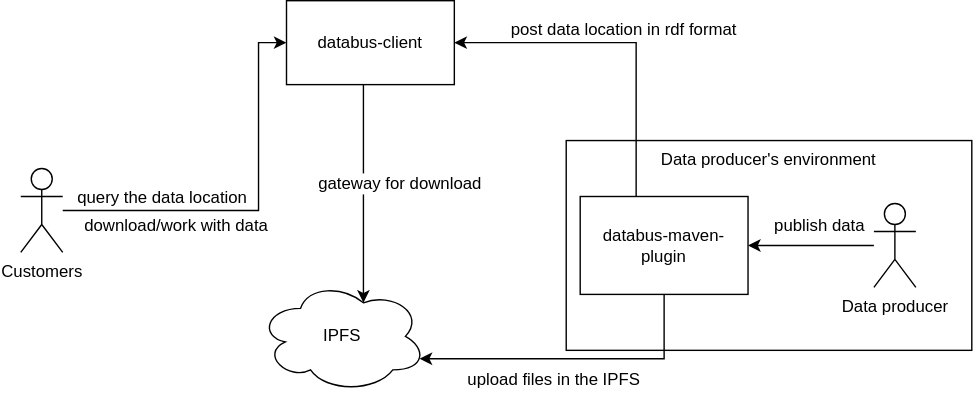
manonthegithub/GSoC-2020 keeps this draw.io diagram as dbpedia/new2.svg. Above is the earlier version. Source tidied: cells renumbered, new cells last; positions are measured from the earlier drawing's top-left corner, leaving out a move shared by most shapes. The source it was exported from:
```xml
<mxGraphModel>
  <root>
    <mxCell id="0" />
    <mxCell id="1" parent="0" />
    <mxCell id="2" style="edgeStyle=orthogonalEdgeStyle;rounded=0;jettySize=auto;html=1;entryX=0;entryY=0.5;entryDx=0;entryDy=0;" parent="1" edge="1" source="5" target="9">
      <mxGeometry relative="1" as="geometry">
        <Array as="points">
          <mxPoint x="170" y="150" />
          <mxPoint x="170" y="30" />
        </Array>
      </mxGeometry>
    </mxCell>
    <mxCell id="3" value="query the data location" style="text;html=1;align=center;verticalAlign=middle;labelBackgroundColor=#ffffff;" parent="2" vertex="1">
      <mxGeometry x="-0.22" relative="1" as="geometry">
        <mxPoint x="-40" y="-10" as="offset" />
      </mxGeometry>
    </mxCell>
    <mxCell id="4" value="download/work with data" style="text;html=1;align=center;verticalAlign=middle;labelBackgroundColor=#ffffff;" parent="2" vertex="1">
      <mxGeometry x="0.15" relative="1" as="geometry">
        <mxPoint x="-60" y="32" as="offset" />
      </mxGeometry>
    </mxCell>
    <mxCell id="5" value="Customers" style="shape=umlActor;verticalLabelPosition=bottom;labelBackgroundColor=#ffffff;verticalAlign=top;html=1;outlineConnect=0;" parent="1" vertex="1">
      <mxGeometry y="120" width="30" height="60" as="geometry" />
    </mxCell>
    <mxCell id="6" value="IPFS" style="ellipse;shape=cloud;whiteSpace=wrap;html=1;" parent="1" vertex="1">
      <mxGeometry x="170" y="200" width="120" height="80" as="geometry" />
    </mxCell>
    <mxCell id="7" style="edgeStyle=orthogonalEdgeStyle;rounded=0;jettySize=auto;html=1;entryX=0.625;entryY=0.2;entryDx=0;entryDy=0;entryPerimeter=0;" parent="1" edge="1" source="9" target="6">
      <mxGeometry relative="1" as="geometry">
        <Array as="points">
          <mxPoint x="245" y="90" />
          <mxPoint x="245" y="90" />
        </Array>
      </mxGeometry>
    </mxCell>
    <mxCell id="8" value="gateway for download" style="text;html=1;align=center;verticalAlign=middle;labelBackgroundColor=#ffffff;" parent="7" vertex="1">
      <mxGeometry x="-0.1" y="-1" relative="1" as="geometry">
        <mxPoint x="26" as="offset" />
      </mxGeometry>
    </mxCell>
    <mxCell id="9" value="databus-client" style="rounded=0;whiteSpace=wrap;html=1;" parent="1" vertex="1">
      <mxGeometry x="190" width="120" height="60" as="geometry" />
    </mxCell>
    <mxCell id="10" value="Data producer's environment" style="rounded=0;whiteSpace=wrap;html=1;verticalAlign=top;" parent="1" vertex="1">
      <mxGeometry x="390" y="100" width="290" height="150" as="geometry" />
    </mxCell>
    <mxCell id="11" style="edgeStyle=orthogonalEdgeStyle;rounded=0;jettySize=auto;html=1;entryX=1;entryY=0.5;entryDx=0;entryDy=0;" parent="1" edge="1" source="13" target="18">
      <mxGeometry relative="1" as="geometry" />
    </mxCell>
    <mxCell id="12" value="publish data" style="text;html=1;align=center;verticalAlign=middle;labelBackgroundColor=#ffffff;" parent="11" vertex="1">
      <mxGeometry x="0.07" y="3" relative="1" as="geometry">
        <mxPoint x="8" y="-18" as="offset" />
      </mxGeometry>
    </mxCell>
    <mxCell id="13" value="Data producer" style="shape=umlActor;verticalLabelPosition=bottom;labelBackgroundColor=#ffffff;verticalAlign=top;html=1;outlineConnect=0;" parent="1" vertex="1">
      <mxGeometry x="610" y="145" width="30" height="60" as="geometry" />
    </mxCell>
    <mxCell id="14" style="edgeStyle=orthogonalEdgeStyle;rounded=0;jettySize=auto;html=1;entryX=0.96;entryY=0.7;entryDx=0;entryDy=0;entryPerimeter=0;" parent="1" edge="1" source="18" target="6">
      <mxGeometry relative="1" as="geometry">
        <Array as="points">
          <mxPoint x="460" y="256" />
        </Array>
      </mxGeometry>
    </mxCell>
    <mxCell id="15" value="upload files in the IPFS" style="text;html=1;align=center;verticalAlign=middle;labelBackgroundColor=#ffffff;" parent="14" vertex="1">
      <mxGeometry x="0.4" y="-2" relative="1" as="geometry">
        <mxPoint x="29" y="16" as="offset" />
      </mxGeometry>
    </mxCell>
    <mxCell id="16" style="edgeStyle=orthogonalEdgeStyle;rounded=0;jettySize=auto;html=1;entryX=1;entryY=0.5;entryDx=0;entryDy=0;" parent="1" edge="1" source="18" target="9">
      <mxGeometry relative="1" as="geometry">
        <Array as="points">
          <mxPoint x="440" y="30" />
        </Array>
      </mxGeometry>
    </mxCell>
    <mxCell id="17" value="post&amp;nbsp;data location in rdf format" style="text;html=1;align=center;verticalAlign=middle;points=[];labelBackgroundColor=#ffffff;" parent="16" vertex="1">
      <mxGeometry x="-0.12" y="-46" relative="1" as="geometry">
        <mxPoint x="-56" y="-14" as="offset" />
      </mxGeometry>
    </mxCell>
    <mxCell id="18" value="databus-maven-plugin" style="rounded=0;whiteSpace=wrap;html=1;" parent="1" vertex="1">
      <mxGeometry x="400" y="140" width="120" height="70" as="geometry" />
    </mxCell>
  </root>
</mxGraphModel>
```
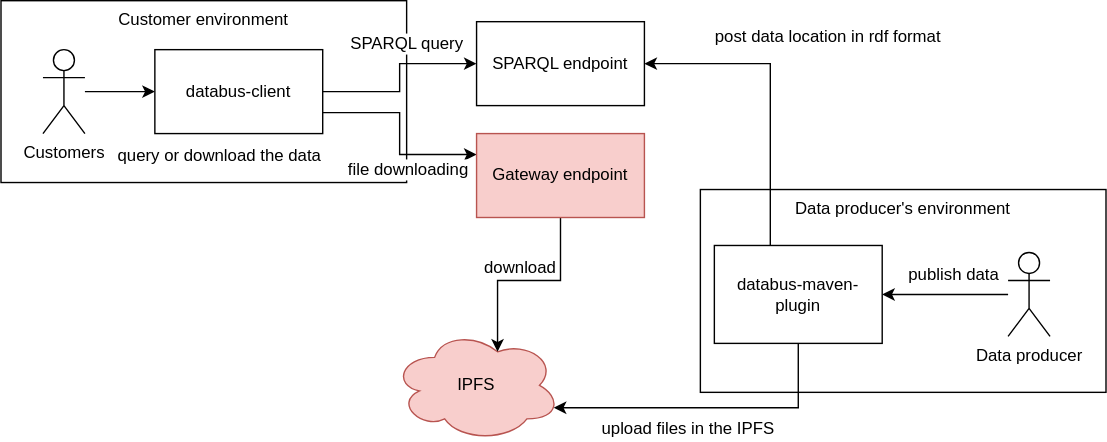
The same file after the commit.

Change to the diagram source:
```diff
@@ -2,86 +2,101 @@
   <root>
     <mxCell id="0" />
     <mxCell id="1" parent="0" />
-    <mxCell id="2" style="edgeStyle=orthogonalEdgeStyle;rounded=0;jettySize=auto;html=1;entryX=0;entryY=0.5;entryDx=0;entryDy=0;" parent="1" edge="1" source="5" target="9">
-      <mxGeometry relative="1" as="geometry">
-        <Array as="points">
-          <mxPoint x="170" y="150" />
-          <mxPoint x="170" y="30" />
-        </Array>
-      </mxGeometry>
+    <mxCell id="2" value="Customer environment" style="rounded=0;whiteSpace=wrap;html=1;verticalAlign=top;" parent="1" vertex="1">
+      <mxGeometry x="-90" y="30" width="290" height="130" as="geometry" />
     </mxCell>
-    <mxCell id="3" value="query the data location" style="text;html=1;align=center;verticalAlign=middle;labelBackgroundColor=#ffffff;" parent="2" vertex="1">
-      <mxGeometry x="-0.22" relative="1" as="geometry">
-        <mxPoint x="-40" y="-10" as="offset" />
-      </mxGeometry>
+    <mxCell id="3" style="edgeStyle=orthogonalEdgeStyle;rounded=0;jettySize=auto;html=1;entryX=0;entryY=0.5;entryDx=0;entryDy=0;" parent="1" edge="1" source="5" target="13">
+      <mxGeometry relative="1" as="geometry" />
     </mxCell>
-    <mxCell id="4" value="download/work with data" style="text;html=1;align=center;verticalAlign=middle;labelBackgroundColor=#ffffff;" parent="2" vertex="1">
-      <mxGeometry x="0.15" relative="1" as="geometry">
-        <mxPoint x="-60" y="32" as="offset" />
+    <mxCell id="4" value="query or download the data" style="text;html=1;align=center;verticalAlign=middle;labelBackgroundColor=#ffffff;" parent="3" vertex="1">
+      <mxGeometry x="-0.22" relative="1" as="geometry">
+        <mxPoint x="75" y="45" as="offset" />
       </mxGeometry>
     </mxCell>
     <mxCell id="5" value="Customers" style="shape=umlActor;verticalLabelPosition=bottom;labelBackgroundColor=#ffffff;verticalAlign=top;html=1;outlineConnect=0;" parent="1" vertex="1">
-      <mxGeometry y="120" width="30" height="60" as="geometry" />
+      <mxGeometry x="-60" y="65" width="30" height="60" as="geometry" />
     </mxCell>
-    <mxCell id="6" value="IPFS" style="ellipse;shape=cloud;whiteSpace=wrap;html=1;" parent="1" vertex="1">
-      <mxGeometry x="170" y="200" width="120" height="80" as="geometry" />
+    <mxCell id="6" value="IPFS" style="ellipse;shape=cloud;whiteSpace=wrap;html=1;fillColor=#f8cecc;strokeColor=#b85450;" parent="1" vertex="1">
+      <mxGeometry x="190" y="265" width="120" height="80" as="geometry" />
     </mxCell>
-    <mxCell id="7" style="edgeStyle=orthogonalEdgeStyle;rounded=0;jettySize=auto;html=1;entryX=0.625;entryY=0.2;entryDx=0;entryDy=0;entryPerimeter=0;" parent="1" edge="1" source="9" target="6">
+    <mxCell id="7" style="edgeStyle=orthogonalEdgeStyle;rounded=0;jettySize=auto;html=1;entryX=0.625;entryY=0.2;entryDx=0;entryDy=0;entryPerimeter=0;exitX=0.5;exitY=1;exitDx=0;exitDy=0;" parent="1" edge="1" source="24" target="6">
       <mxGeometry relative="1" as="geometry">
         <Array as="points">
-          <mxPoint x="245" y="90" />
-          <mxPoint x="245" y="90" />
+          <mxPoint x="310" y="230" />
+          <mxPoint x="265" y="230" />
         </Array>
       </mxGeometry>
     </mxCell>
-    <mxCell id="8" value="gateway for download" style="text;html=1;align=center;verticalAlign=middle;labelBackgroundColor=#ffffff;" parent="7" vertex="1">
-      <mxGeometry x="-0.1" y="-1" relative="1" as="geometry">
-        <mxPoint x="26" as="offset" />
+    <mxCell id="8" value="download&lt;br&gt;" style="text;html=1;align=center;verticalAlign=middle;labelBackgroundColor=#ffffff;" parent="7" vertex="1">
+      <mxGeometry x="0.12" relative="1" as="geometry">
+        <mxPoint x="4" y="-10" as="offset" />
       </mxGeometry>
     </mxCell>
-    <mxCell id="9" value="databus-client" style="rounded=0;whiteSpace=wrap;html=1;" parent="1" vertex="1">
-      <mxGeometry x="190" width="120" height="60" as="geometry" />
+    <mxCell id="9" style="edgeStyle=orthogonalEdgeStyle;rounded=0;jettySize=auto;html=1;exitX=1;exitY=0.5;exitDx=0;exitDy=0;entryX=0;entryY=0.5;entryDx=0;entryDy=0;" parent="1" edge="1" source="13" target="23">
+      <mxGeometry relative="1" as="geometry" />
     </mxCell>
-    <mxCell id="10" value="Data producer's environment" style="rounded=0;whiteSpace=wrap;html=1;verticalAlign=top;" parent="1" vertex="1">
-      <mxGeometry x="390" y="100" width="290" height="150" as="geometry" />
+    <mxCell id="10" value="SPARQL query" style="text;html=1;align=center;verticalAlign=middle;labelBackgroundColor=#ffffff;" parent="9" vertex="1">
+      <mxGeometry x="0.44" relative="1" as="geometry">
+        <mxPoint x="-15" y="-15" as="offset" />
+      </mxGeometry>
     </mxCell>
-    <mxCell id="11" style="edgeStyle=orthogonalEdgeStyle;rounded=0;jettySize=auto;html=1;entryX=1;entryY=0.5;entryDx=0;entryDy=0;" parent="1" edge="1" source="13" target="18">
+    <mxCell id="11" style="edgeStyle=orthogonalEdgeStyle;rounded=0;jettySize=auto;html=1;exitX=1;exitY=0.75;exitDx=0;exitDy=0;entryX=0;entryY=0.25;entryDx=0;entryDy=0;" parent="1" edge="1" source="13" target="24">
       <mxGeometry relative="1" as="geometry" />
     </mxCell>
-    <mxCell id="12" value="publish data" style="text;html=1;align=center;verticalAlign=middle;labelBackgroundColor=#ffffff;" parent="11" vertex="1">
-      <mxGeometry x="0.07" y="3" relative="1" as="geometry">
-        <mxPoint x="8" y="-18" as="offset" />
+    <mxCell id="12" value="file downloading" style="text;html=1;align=center;verticalAlign=middle;labelBackgroundColor=#ffffff;" parent="11" vertex="1">
+      <mxGeometry x="0.41" y="1" relative="1" as="geometry">
+        <mxPoint x="-9" y="11" as="offset" />
       </mxGeometry>
     </mxCell>
-    <mxCell id="13" value="Data producer" style="shape=umlActor;verticalLabelPosition=bottom;labelBackgroundColor=#ffffff;verticalAlign=top;html=1;outlineConnect=0;" parent="1" vertex="1">
-      <mxGeometry x="610" y="145" width="30" height="60" as="geometry" />
+    <mxCell id="13" value="databus-client" style="rounded=0;whiteSpace=wrap;html=1;" parent="1" vertex="1">
+      <mxGeometry x="20" y="65" width="120" height="60" as="geometry" />
     </mxCell>
-    <mxCell id="14" style="edgeStyle=orthogonalEdgeStyle;rounded=0;jettySize=auto;html=1;entryX=0.96;entryY=0.7;entryDx=0;entryDy=0;entryPerimeter=0;" parent="1" edge="1" source="18" target="6">
-      <mxGeometry relative="1" as="geometry">
-        <Array as="points">
-          <mxPoint x="460" y="256" />
-        </Array>
-      </mxGeometry>
+    <mxCell id="14" value="Data producer's environment" style="rounded=0;whiteSpace=wrap;html=1;verticalAlign=top;" parent="1" vertex="1">
+      <mxGeometry x="410" y="165" width="290" height="145" as="geometry" />
     </mxCell>
-    <mxCell id="15" value="upload files in the IPFS" style="text;html=1;align=center;verticalAlign=middle;labelBackgroundColor=#ffffff;" parent="14" vertex="1">
-      <mxGeometry x="0.4" y="-2" relative="1" as="geometry">
-        <mxPoint x="29" y="16" as="offset" />
-      </mxGeometry>
+    <mxCell id="15" style="edgeStyle=orthogonalEdgeStyle;rounded=0;jettySize=auto;html=1;entryX=1;entryY=0.5;entryDx=0;entryDy=0;" parent="1" edge="1" source="17" target="22">
+      <mxGeometry relative="1" as="geometry" />
     </mxCell>
-    <mxCell id="16" style="edgeStyle=orthogonalEdgeStyle;rounded=0;jettySize=auto;html=1;entryX=1;entryY=0.5;entryDx=0;entryDy=0;" parent="1" edge="1" source="18" target="9">
-      <mxGeometry relative="1" as="geometry">
-        <Array as="points">
-          <mxPoint x="440" y="30" />
-        </Array>
+    <mxCell id="16" value="publish data" style="text;html=1;align=center;verticalAlign=middle;labelBackgroundColor=#ffffff;" parent="15" vertex="1">
+      <mxGeometry x="0.07" y="3" relative="1" as="geometry">
+        <mxPoint x="8" y="-18" as="offset" />
       </mxGeometry>
     </mxCell>
-    <mxCell id="17" value="post&amp;nbsp;data location in rdf format" style="text;html=1;align=center;verticalAlign=middle;points=[];labelBackgroundColor=#ffffff;" parent="16" vertex="1">
-      <mxGeometry x="-0.12" y="-46" relative="1" as="geometry">
-        <mxPoint x="-56" y="-14" as="offset" />
-      </mxGeometry>
+    <mxCell id="17" value="Data producer" style="shape=umlActor;verticalLabelPosition=bottom;labelBackgroundColor=#ffffff;verticalAlign=top;html=1;outlineConnect=0;" parent="1" vertex="1">
+      <mxGeometry x="630" y="210" width="30" height="60" as="geometry" />
     </mxCell>
-    <mxCell id="18" value="databus-maven-plugin" style="rounded=0;whiteSpace=wrap;html=1;" parent="1" vertex="1">
-      <mxGeometry x="400" y="140" width="120" height="70" as="geometry" />
+    <mxCell id="18" style="edgeStyle=orthogonalEdgeStyle;rounded=0;jettySize=auto;html=1;entryX=0.96;entryY=0.7;entryDx=0;entryDy=0;entryPerimeter=0;" parent="1" edge="1" source="22" target="6">
+      <mxGeometry relative="1" as="geometry">
+        <Array as="points">
+          <mxPoint x="480" y="321" />
+        </Array>
+      </mxGeometry>
     </mxCell>
+    <mxCell id="19" value="upload files in the IPFS" style="text;html=1;align=center;verticalAlign=middle;labelBackgroundColor=#ffffff;" parent="18" vertex="1">
+      <mxGeometry x="0.4" y="-2" relative="1" as="geometry">
+        <mxPoint x="29" y="16" as="offset" />
+      </mxGeometry>
+    </mxCell>
+    <mxCell id="20" style="edgeStyle=orthogonalEdgeStyle;rounded=0;jettySize=auto;html=1;entryX=1;entryY=0.5;entryDx=0;entryDy=0;" parent="1" edge="1" source="22" target="23">
+      <mxGeometry relative="1" as="geometry">
+        <Array as="points">
+          <mxPoint x="460" y="75" />
+        </Array>
+      </mxGeometry>
+    </mxCell>
+    <mxCell id="21" value="post&amp;nbsp;data location in rdf format" style="text;html=1;align=center;verticalAlign=middle;labelBackgroundColor=#ffffff;" parent="20" vertex="1">
+      <mxGeometry x="-0.12" y="-46" relative="1" as="geometry">
+        <mxPoint x="-6" y="-53" as="offset" />
+      </mxGeometry>
+    </mxCell>
+    <mxCell id="22" value="databus-maven-plugin" style="rounded=0;whiteSpace=wrap;html=1;" parent="1" vertex="1">
+      <mxGeometry x="420" y="205" width="120" height="70" as="geometry" />
+    </mxCell>
+    <mxCell id="23" value="SPARQL endpoint" style="rounded=0;whiteSpace=wrap;html=1;" parent="1" vertex="1">
+      <mxGeometry x="250" y="45" width="120" height="60" as="geometry" />
+    </mxCell>
+    <mxCell id="24" value="Gateway endpoint" style="rounded=0;whiteSpace=wrap;html=1;fillColor=#f8cecc;strokeColor=#b85450;" parent="1" vertex="1">
+      <mxGeometry x="250" y="125" width="120" height="60" as="geometry" />
+    </mxCell>
   </root>
 </mxGraphModel>
```
